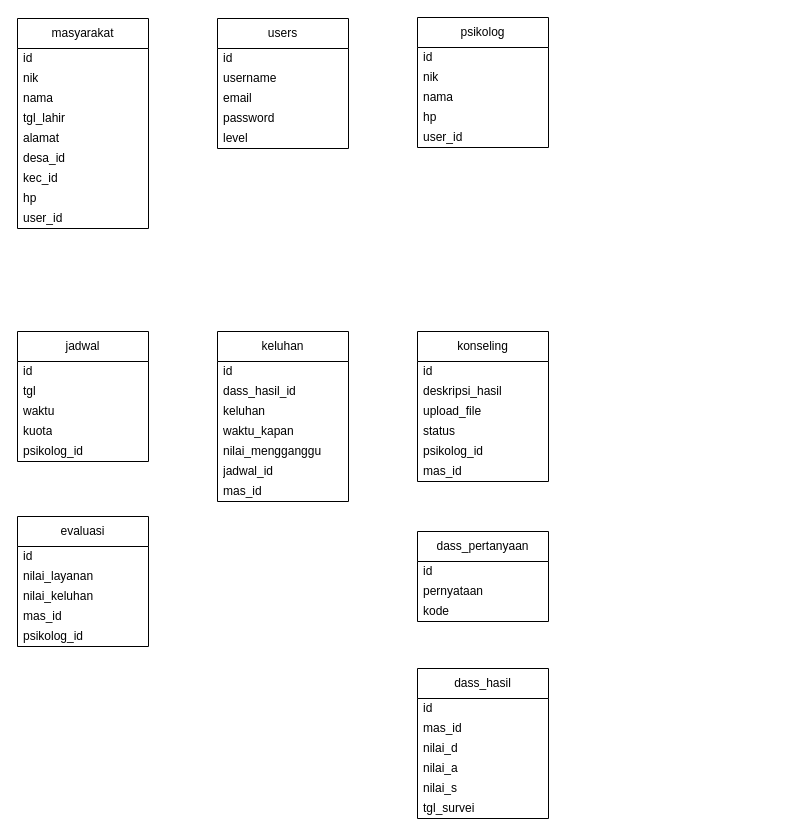
The draw.io diagram env_designs/erd_dmb.drawio in zeneight/drawio, before the edit. Source tidied: cells renumbered, new cells numbered last; positions are measured from the earlier drawing's top-left corner, leaving out a move shared by most shapes. Both pictures are drawn from the tidied source at 100%, with x=0, y=0 at pixel (17, 17).
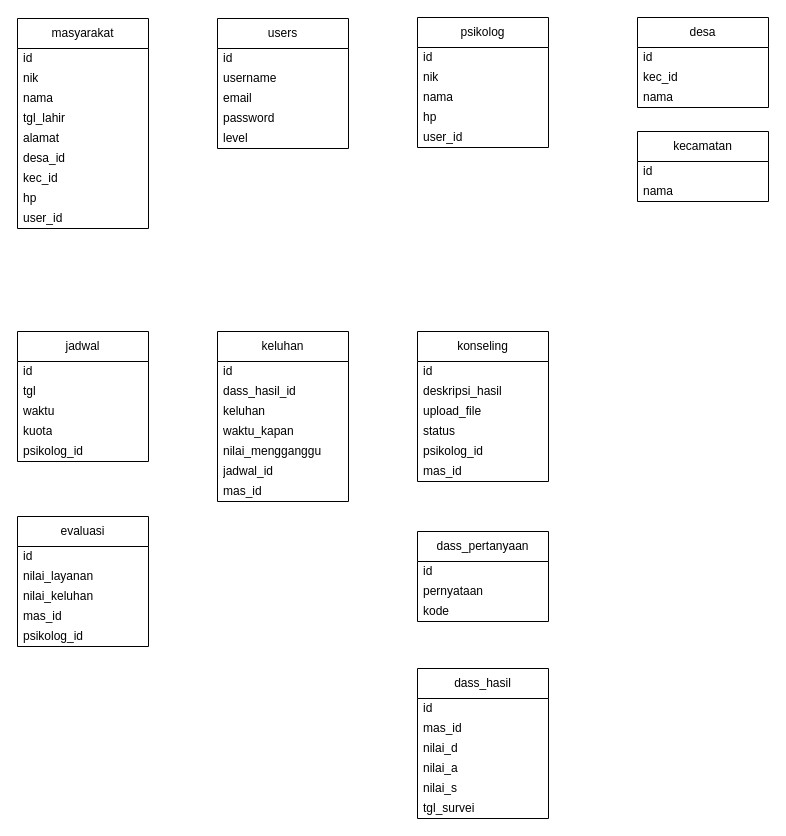
The same diagram, later.

Diff of the diagram source:
```diff
@@
+    <mxCell id="62" value="desa" style="swimlane;fontStyle=0;horizontal=1;startSize=30;whiteSpace=wrap;html=1;" parent="1" vertex="1">
+      <mxGeometry x="620" width="131" height="90" as="geometry" />
+    </mxCell>
+    <mxCell id="63" value="id" style="text;strokeColor=none;fillColor=none;align=left;verticalAlign=middle;spacingLeft=4;spacingRight=4;overflow=hidden;whiteSpace=wrap;html=1;" parent="62" vertex="1">
+      <mxGeometry y="30" width="131" height="20" as="geometry" />
+    </mxCell>
+    <mxCell id="64" value="kec_id" style="text;strokeColor=none;fillColor=none;align=left;verticalAlign=middle;spacingLeft=4;spacingRight=4;overflow=hidden;whiteSpace=wrap;html=1;" parent="62" vertex="1">
+      <mxGeometry y="50" width="131" height="20" as="geometry" />
+    </mxCell>
+    <mxCell id="65" value="nama" style="text;strokeColor=none;fillColor=none;align=left;verticalAlign=middle;spacingLeft=4;spacingRight=4;overflow=hidden;whiteSpace=wrap;html=1;" parent="62" vertex="1">
+      <mxGeometry y="70" width="131" height="20" as="geometry" />
+    </mxCell>
+    <mxCell id="66" value="kecamatan" style="swimlane;fontStyle=0;horizontal=1;startSize=30;whiteSpace=wrap;html=1;" parent="1" vertex="1">
+      <mxGeometry x="620" y="114" width="131" height="70" as="geometry" />
+    </mxCell>
+    <mxCell id="67" value="id" style="text;strokeColor=none;fillColor=none;align=left;verticalAlign=middle;spacingLeft=4;spacingRight=4;overflow=hidden;whiteSpace=wrap;html=1;" parent="66" vertex="1">
+      <mxGeometry y="30" width="131" height="20" as="geometry" />
+    </mxCell>
+    <mxCell id="68" value="nama" style="text;strokeColor=none;fillColor=none;align=left;verticalAlign=middle;spacingLeft=4;spacingRight=4;overflow=hidden;whiteSpace=wrap;html=1;" parent="66" vertex="1">
+      <mxGeometry y="50" width="131" height="20" as="geometry" />
+    </mxCell>
```
